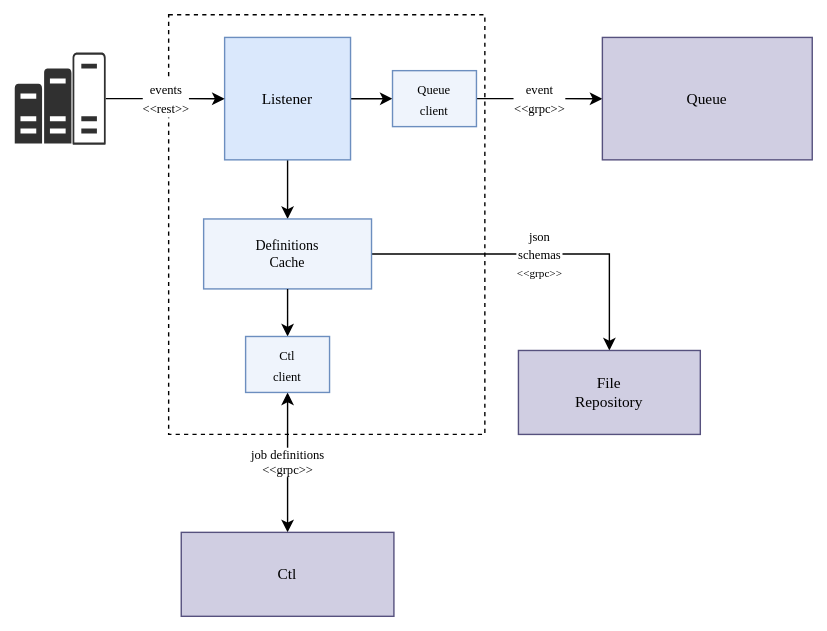
Above: docs/img/listener.svg in andrescosta/jobico-fn (draw.io), before the change. Source tidied: cells renumbered, new cells last; positions are measured from the earlier drawing's top-left corner, leaving out a move shared by most shapes.
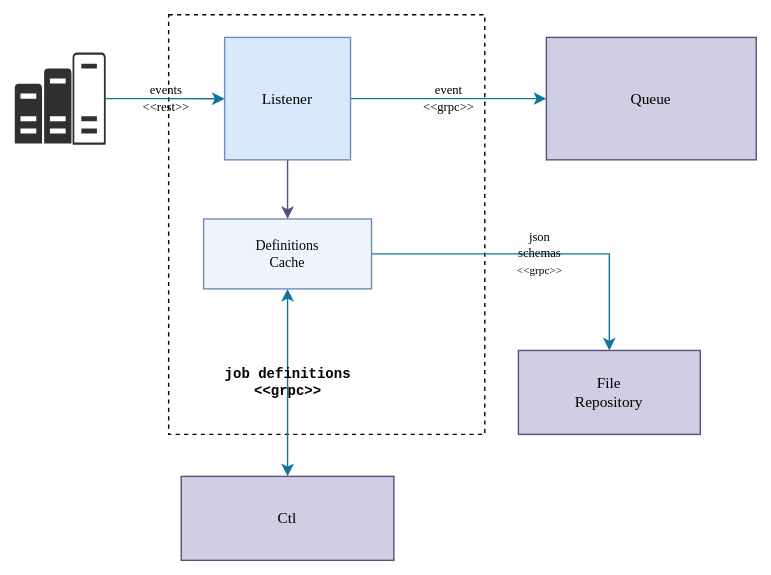
After the commit.

What changed in the source:
```diff
@@ -5,50 +5,38 @@
     <mxCell id="2" style="rounded=0;whiteSpace=wrap;html=1;dashed=1;" parent="1" vertex="1">
       <mxGeometry x="110" width="226" height="300" as="geometry" />
     </mxCell>
-    <mxCell id="3" value="&lt;font style=&quot;font-size: 9px;&quot; face=&quot;Lucida Console&quot;&gt;event&lt;br&gt;&amp;lt;&amp;lt;grpc&amp;gt;&amp;gt;&lt;br&gt;&lt;/font&gt;" style="edgeStyle=orthogonalEdgeStyle;jettySize=auto;html=1;" parent="1" edge="1" source="15" target="11">
+    <mxCell id="3" value="&lt;font style=&quot;font-size: 9px;&quot; face=&quot;Lucida Console&quot;&gt;event&lt;br&gt;&amp;lt;&amp;lt;grpc&amp;gt;&amp;gt;&lt;br&gt;&lt;/font&gt;" style="edgeStyle=orthogonalEdgeStyle;jettySize=auto;html=1;rounded=0;strokeColor=#10739e;align=center;verticalAlign=middle;fontFamily=Courier New;fontSize=10;fontColor=default;fontStyle=0;labelBackgroundColor=none;startArrow=none;startFill=0;endArrow=classic;endFill=1;fillColor=#b1ddf0;" parent="1" edge="1" source="6" target="11">
       <mxGeometry relative="1" as="geometry" />
     </mxCell>
-    <mxCell id="4" style="edgeStyle=orthogonalEdgeStyle;jettySize=auto;html=1;" parent="1" edge="1" source="6" target="9">
+    <mxCell id="4" style="edgeStyle=orthogonalEdgeStyle;jettySize=auto;html=1;rounded=0;strokeColor=#56517e;align=center;verticalAlign=middle;fontFamily=Courier New;fontSize=10;fontColor=default;fontStyle=1;labelBackgroundColor=none;endArrow=classic;fillColor=#d0cee2;" parent="1" edge="1" source="6" target="9">
       <mxGeometry relative="1" as="geometry" />
     </mxCell>
-    <mxCell id="5" style="edgeStyle=orthogonalEdgeStyle;jettySize=auto;html=1;" parent="1" edge="1" source="6" target="15">
-      <mxGeometry relative="1" as="geometry" />
-    </mxCell>
     <mxCell id="6" value="Listener" style="rounded=0;whiteSpace=wrap;html=1;labelBackgroundColor=none;fillColor=#dae8fc;strokeColor=#6c8ebf;fontFamily=Lucida Console;fontSize=11;" parent="1" vertex="1">
       <mxGeometry x="150" y="16.2" width="90" height="87.5" as="geometry" />
     </mxCell>
-    <mxCell id="7" value="&lt;font style=&quot;font-size: 9px;&quot; face=&quot;Lucida Console&quot;&gt;json&lt;br&gt;schemas&lt;br&gt;&lt;font style=&quot;font-size: 8px;&quot;&gt;&amp;lt;&amp;lt;grpc&amp;gt;&amp;gt;&lt;/font&gt;&lt;/font&gt;" style="edgeStyle=orthogonalEdgeStyle;jettySize=auto;html=1;rounded=0;curved=0;" parent="1" edge="1" source="9" target="12">
+    <mxCell id="7" value="&lt;font style=&quot;font-size: 9px;&quot; face=&quot;Lucida Console&quot;&gt;json&lt;br&gt;schemas&lt;br&gt;&lt;font style=&quot;font-size: 8px;&quot;&gt;&amp;lt;&amp;lt;grpc&amp;gt;&amp;gt;&lt;/font&gt;&lt;/font&gt;" style="edgeStyle=orthogonalEdgeStyle;jettySize=auto;html=1;rounded=0;curved=0;strokeColor=#10739e;align=center;verticalAlign=middle;fontFamily=Courier New;fontSize=10;fontColor=default;fontStyle=0;labelBackgroundColor=none;startArrow=none;startFill=0;endArrow=classic;endFill=1;fillColor=#b1ddf0;" parent="1" edge="1" source="9" target="12">
       <mxGeometry relative="1" as="geometry" />
     </mxCell>
-    <mxCell id="8" value="job definitions&lt;br style=&quot;font-size: 9px;&quot;&gt;&amp;lt;&amp;lt;grpc&amp;gt;&amp;gt;" style="edgeStyle=orthogonalEdgeStyle;jettySize=auto;html=1;startArrow=classic;startFill=1;fontFamily=Lucida Console;fontSize=9;" parent="1" edge="1" source="17" target="10">
+    <mxCell id="8" value="job definitions&lt;br style=&quot;font-size: 9px;&quot;&gt;&amp;lt;&amp;lt;grpc&amp;gt;&amp;gt;" style="edgeStyle=orthogonalEdgeStyle;jettySize=auto;html=1;startArrow=classic;startFill=1;fontFamily=Courier New;fontSize=10;rounded=0;strokeColor=#10739e;align=center;verticalAlign=middle;fontColor=default;fontStyle=1;labelBackgroundColor=none;endArrow=classic;endFill=1;fillColor=#b1ddf0;" parent="1" edge="1" source="9" target="10">
       <mxGeometry relative="1" as="geometry" />
     </mxCell>
     <mxCell id="9" value="Definitions &lt;br style=&quot;font-size: 10px;&quot;&gt;Cache" style="rounded=0;whiteSpace=wrap;html=1;fillColor=#EFF4FC;strokeColor=#6c8ebf;align=center;verticalAlign=middle;fontFamily=Lucida Console;fontSize=10;fontColor=default;labelBackgroundColor=none;" parent="1" vertex="1">
       <mxGeometry x="135" y="146" width="120" height="50" as="geometry" />
     </mxCell>
     <mxCell id="10" value="Ctl" style="rounded=0;whiteSpace=wrap;html=1;labelBackgroundColor=none;fillColor=#d0cee2;strokeColor=#56517e;fontFamily=Lucida Console;fontSize=11;" parent="1" vertex="1">
-      <mxGeometry x="119" y="370" width="152" height="60" as="geometry" />
+      <mxGeometry x="119" y="330" width="152" height="60" as="geometry" />
     </mxCell>
     <mxCell id="11" value="Queue" style="rounded=0;whiteSpace=wrap;html=1;labelBackgroundColor=none;fillColor=#d0cee2;strokeColor=#56517e;fontFamily=Lucida Console;fontSize=11;" parent="1" vertex="1">
-      <mxGeometry x="420" y="16.2" width="150" height="87.5" as="geometry" />
+      <mxGeometry x="380" y="16.2" width="150" height="87.5" as="geometry" />
     </mxCell>
     <mxCell id="12" value="File &lt;br style=&quot;font-size: 11px;&quot;&gt;Repository" style="rounded=0;whiteSpace=wrap;html=1;labelBackgroundColor=none;fillColor=#d0cee2;strokeColor=#56517e;fontFamily=Lucida Console;fontSize=11;" parent="1" vertex="1">
       <mxGeometry x="360" y="240" width="130" height="60" as="geometry" />
     </mxCell>
-    <mxCell id="13" value="&lt;font style=&quot;font-size: 9px;&quot; face=&quot;Lucida Console&quot;&gt;events&lt;br&gt;&amp;lt;&amp;lt;rest&amp;gt;&amp;gt;&lt;/font&gt;" style="edgeStyle=orthogonalEdgeStyle;jettySize=auto;html=1;" parent="1" edge="1" source="14" target="6">
+    <mxCell id="13" value="&lt;font style=&quot;font-size: 9px;&quot; face=&quot;Lucida Console&quot;&gt;events&lt;br&gt;&amp;lt;&amp;lt;rest&amp;gt;&amp;gt;&lt;/font&gt;" style="edgeStyle=orthogonalEdgeStyle;jettySize=auto;html=1;rounded=0;strokeColor=#10739e;align=center;verticalAlign=middle;fontFamily=Courier New;fontSize=10;fontColor=default;fontStyle=0;labelBackgroundColor=none;startArrow=none;startFill=0;endArrow=classic;endFill=1;fillColor=#b1ddf0;" parent="1" edge="1" source="14" target="6">
       <mxGeometry relative="1" as="geometry" />
     </mxCell>
     <mxCell id="14" style="sketch=0;shadow=0;dashed=0;html=1;strokeColor=none;labelPosition=center;verticalLabelPosition=bottom;verticalAlign=top;align=center;fillColor=#303030;shape=mxgraph.mscae.oms.capacity;" parent="1" vertex="1">
       <mxGeometry y="27" width="65" height="66" as="geometry" />
     </mxCell>
-    <mxCell id="15" value="&lt;font style=&quot;font-size: 9px;&quot; face=&quot;Lucida Console&quot;&gt;Queue&lt;br&gt;client&lt;/font&gt;" style="rounded=0;whiteSpace=wrap;html=1;fillColor=#EFF4FC;strokeColor=#6c8ebf;align=center;verticalAlign=middle;fontFamily=Helvetica;fontSize=12;fontColor=default;labelBackgroundColor=none;" parent="1" vertex="1">
-      <mxGeometry x="270" y="40" width="60" height="40" as="geometry" />
-    </mxCell>
-    <mxCell id="16" style="edgeStyle=orthogonalEdgeStyle;jettySize=auto;html=1;startArrow=none;startFill=0;fontFamily=Lucida Console;fontSize=9;" parent="1" edge="1" source="9" target="17">
-      <mxGeometry relative="1" as="geometry" />
-    </mxCell>
-    <mxCell id="17" value="&lt;font style=&quot;font-size: 9px;&quot; face=&quot;Lucida Console&quot;&gt;Ctl&lt;br&gt;client&lt;/font&gt;" style="rounded=0;whiteSpace=wrap;html=1;fillColor=#EFF4FC;strokeColor=#6c8ebf;align=center;verticalAlign=middle;fontFamily=Helvetica;fontSize=12;fontColor=default;labelBackgroundColor=none;" parent="1" vertex="1">
-      <mxGeometry x="165" y="230" width="60" height="40" as="geometry" />
-    </mxCell>
   </root>
 </mxGraphModel>
```
